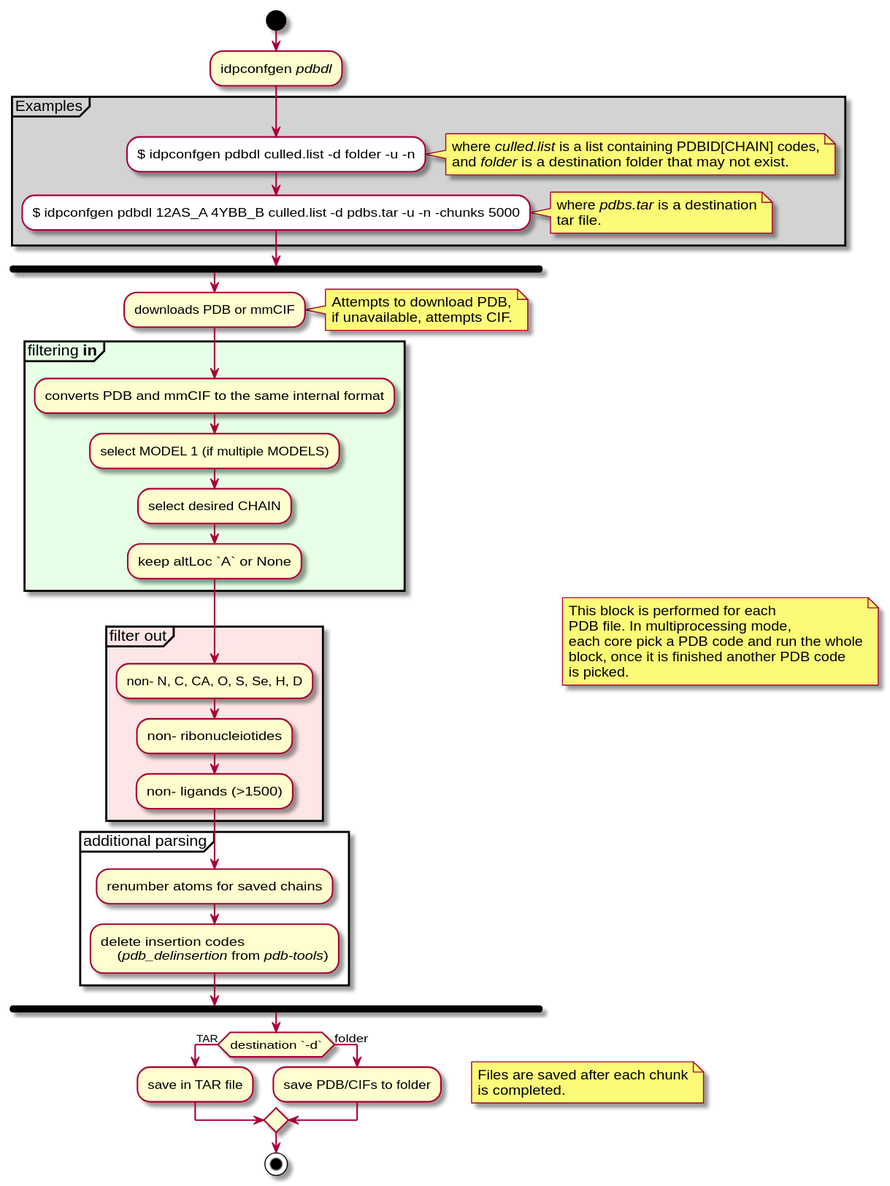
Earlier version of the PlantUML export docs/UMLs/idpconfgen_pdbdl.svg (julie-forman-kay-lab/IDPConformerGenerator).
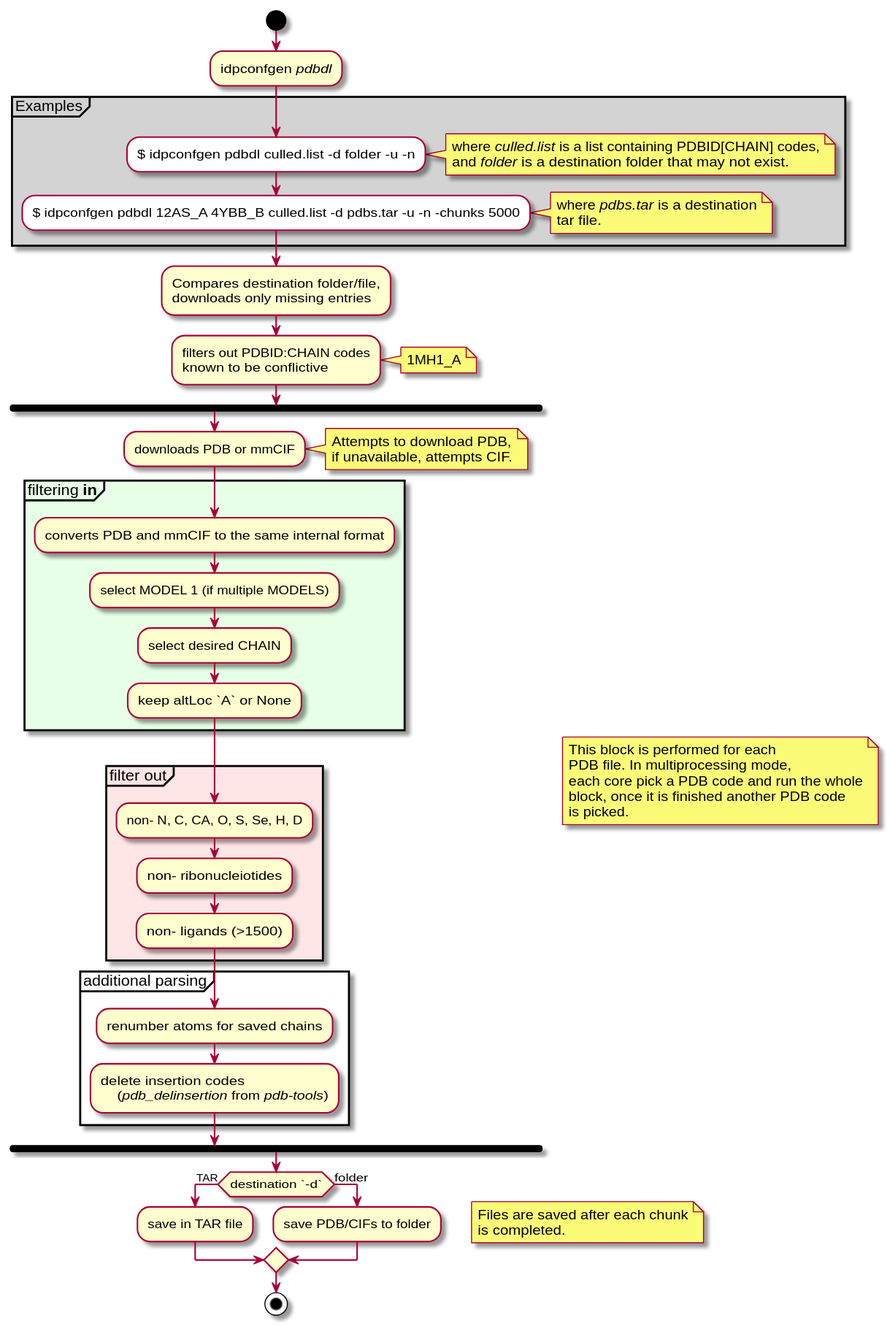
Later version of the same file.

The edit, as a diff of the source:
```diff
@@ -16,6 +16,15 @@
         tar file.
     end note
     }
+
+:Compares destination folder/file,
+downloads only missing entries;
+
+:filters out PDBID:CHAIN codes
+known to be conflictive;
+note right
+    1MH1_A
+end note
 
 fork
 
```
